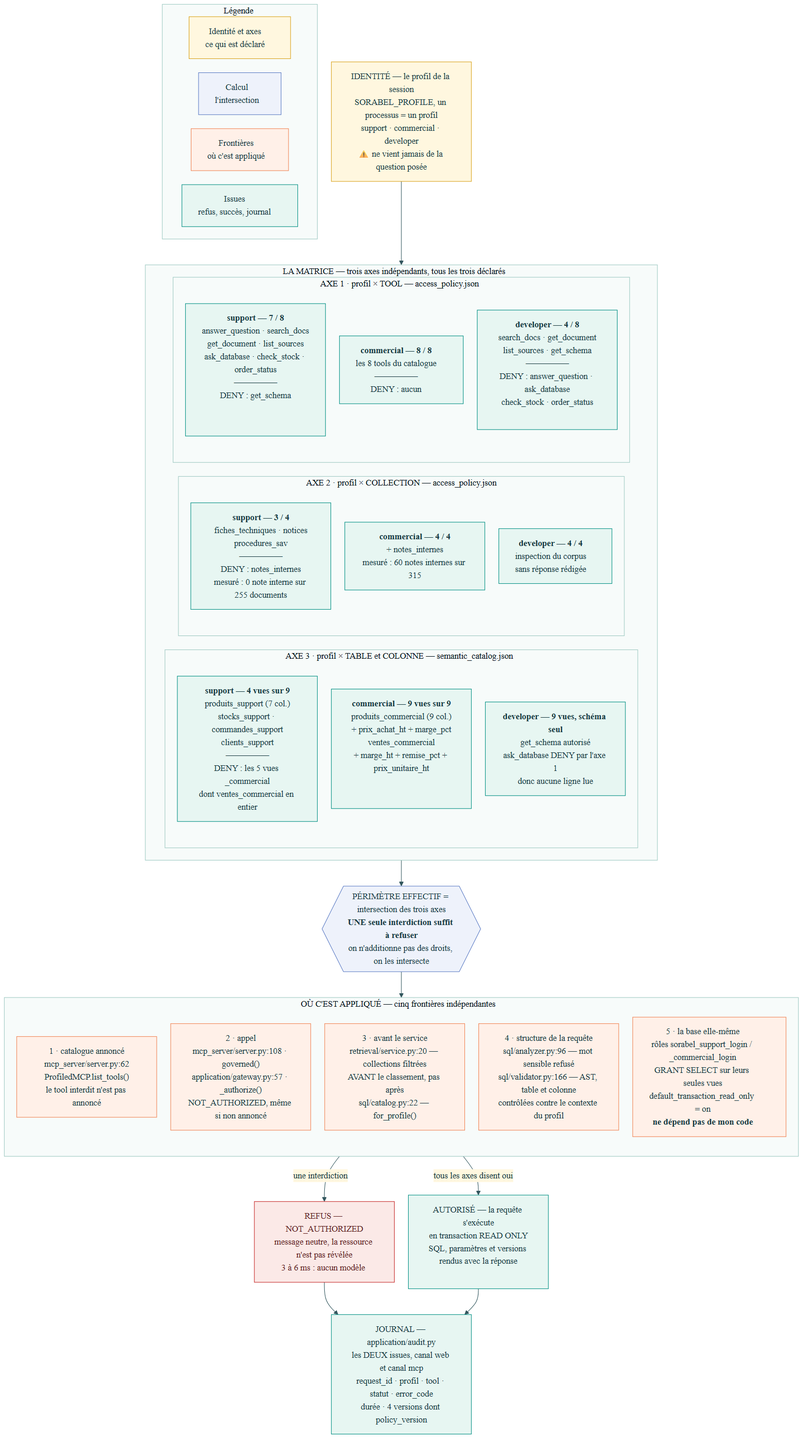
Ganda15/sorabel-gateway keeps this Mermaid diagram as docs/livrable/architecture/diagrams/15-matrice-acces-complete.png. Above is the earlier version. Its source is kept beside it as docs/livrable/architecture/diagrams/15-matrice-acces-complete.mmd.
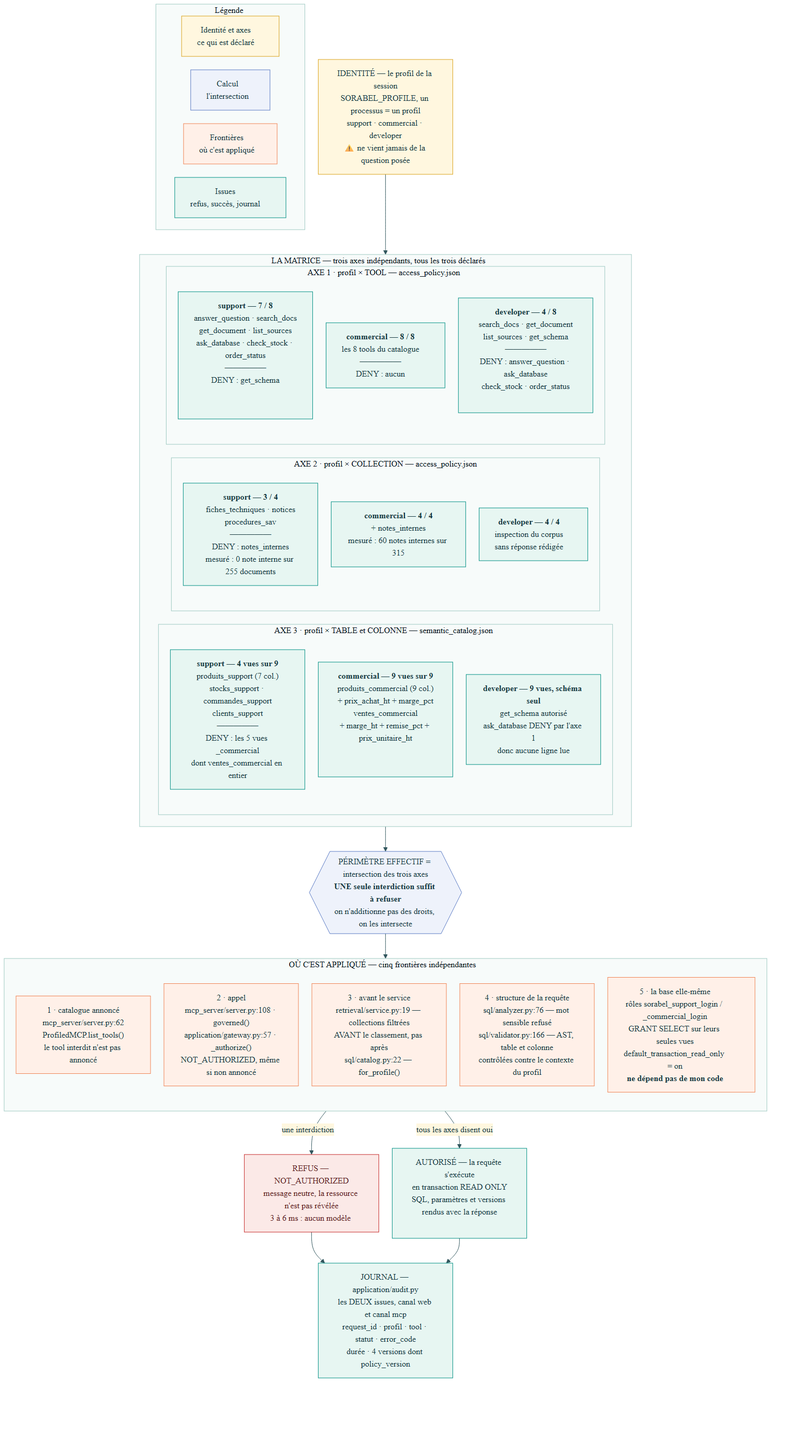
Above is the later version.

What changed in the source:
```diff
@@ -48,8 +48,8 @@
     direction TB
     F1["1 · catalogue annoncé<br/>mcp_server/server.py:62<br/>ProfiledMCP.list_tools()<br/>le tool interdit n'est pas annoncé"]
     F2["2 · appel<br/>mcp_server/server.py:108 · governed()<br/>application/gateway.py:57 · _authorize()<br/>NOT_AUTHORIZED, même si non annoncé"]
-    F3["3 · avant le service<br/>retrieval/service.py:20 — collections filtrées<br/>AVANT le classement, pas après<br/>sql/catalog.py:22 — for_profile()"]
-    F4["4 · structure de la requête<br/>sql/analyzer.py:96 — mot sensible refusé<br/>sql/validator.py:166 — AST, table et colonne<br/>contrôlées contre le contexte du profil"]
+    F3["3 · avant le service<br/>retrieval/service.py:19 — collections filtrées<br/>AVANT le classement, pas après<br/>sql/catalog.py:22 — for_profile()"]
+    F4["4 · structure de la requête<br/>sql/analyzer.py:76 — mot sensible refusé<br/>sql/validator.py:166 — AST, table et colonne<br/>contrôlées contre le contexte du profil"]
     F5["5 · la base elle-même<br/>rôles sorabel_support_login / _commercial_login<br/>GRANT SELECT sur leurs seules vues<br/>default_transaction_read_only = on<br/><b>ne dépend pas de mon code</b>"]
   end
 
```
